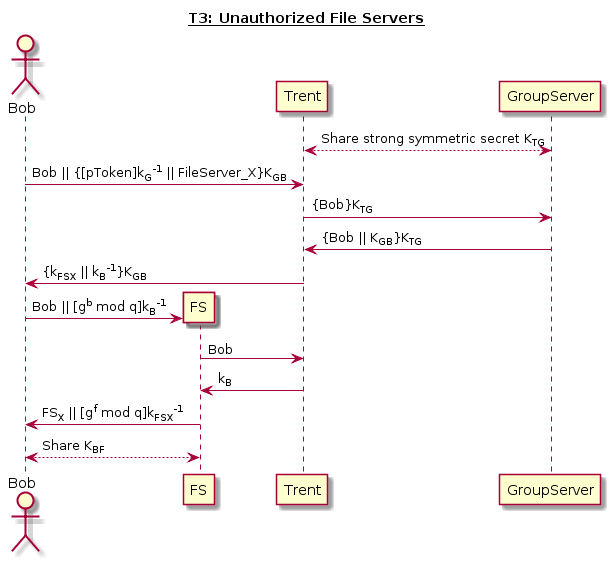
Above: reports/img/T3.png in jondyer/cs1653-2017fa-jbd29-mar257-zds14 (PlantUML), before the change. The source it was exported from:
```plantuml
@startuml
title __T3: Unauthorized File Servers__
actor Bob
participant FS
participant Trent
participant GroupServer

GroupServer <--> Trent: Share strong symmetric secret K<sub>TG</sub>
Bob -> Trent: Bob || {[pToken]k<sub>G</sub><sup>-1</sup> || FileServer_X}K<sub>GB</sub>
Trent -> GroupServer: {Bob}K<sub>TG</sub>
GroupServer -> Trent: {Bob || K<sub>GB</sub>}K<sub>TG</sub>
Trent -> Bob: {k<sub>FSX</sub> || k<sub>B</sub><sup>-1</sup>}K<sub>GB</sub>

create FS
Bob -> FS: Bob || [g<sup>b</sup> mod q]k<sub>B</sub><sup>-1</sup>
FS -> Trent: Bob
Trent -> FS: k<sub>B</sub>
FS -> Bob: FS<sub>X</sub> || [g<sup>f</sup> mod q]k<sub>FSX</sub><sup>-1</sup>

Bob <--> FS: Share K<sub>BF</sub>
@enduml
```
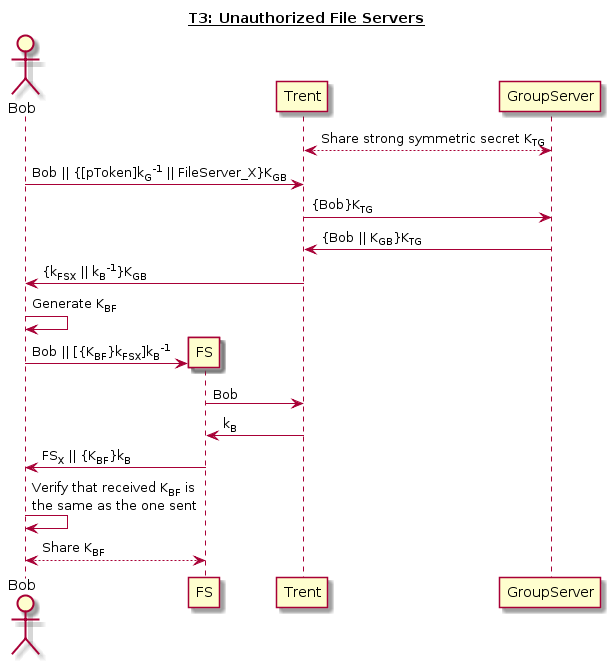
Later version of the same file.

What changed in the source:
```diff
@@ -11,11 +11,13 @@
 GroupServer -> Trent: {Bob || K<sub>GB</sub>}K<sub>TG</sub>
 Trent -> Bob: {k<sub>FSX</sub> || k<sub>B</sub><sup>-1</sup>}K<sub>GB</sub>
 
+Bob -> Bob: Generate K<sub>BF</sub>
 create FS
-Bob -> FS: Bob || [g<sup>b</sup> mod q]k<sub>B</sub><sup>-1</sup>
+Bob -> FS: Bob || [{K<sub>BF</sub>}k<sub>FSX</sub>]k<sub>B</sub><sup>-1</sup>
 FS -> Trent: Bob
 Trent -> FS: k<sub>B</sub>
-FS -> Bob: FS<sub>X</sub> || [g<sup>f</sup> mod q]k<sub>FSX</sub><sup>-1</sup>
+FS -> Bob: FS<sub>X</sub> || {K<sub>BF</sub>}k<sub>B</sub>
+Bob -> Bob: Verify that received K<sub>BF</sub> is \nthe same as the one sent
 
 Bob <--> FS: Share K<sub>BF</sub>
 @enduml
```
